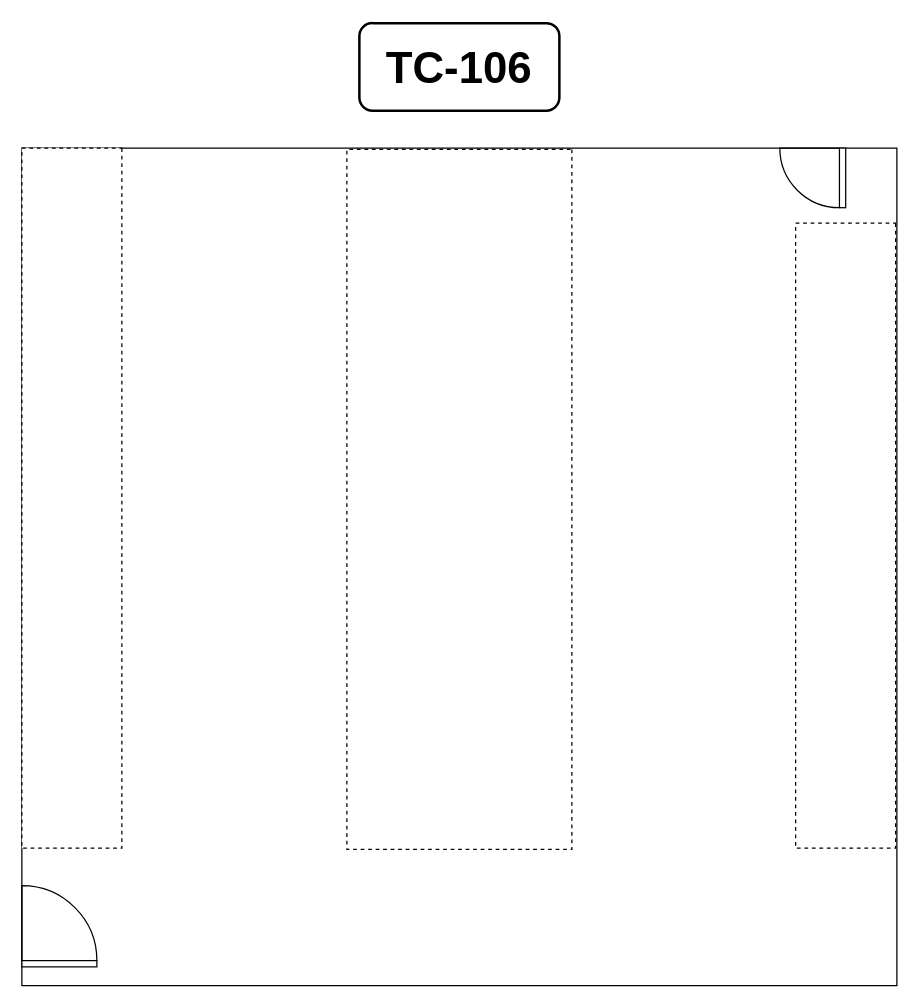
Before: TC-106.drawio in gI7DUmmY/diagrams, a draw.io diagram. Source tidied: cells renumbered, new cells numbered last; positions are measured from the earlier drawing's top-left corner, leaving out a move shared by most shapes. Both pictures are drawn from the tidied source at 125%, with x=0, y=0 at pixel (-279, 22).
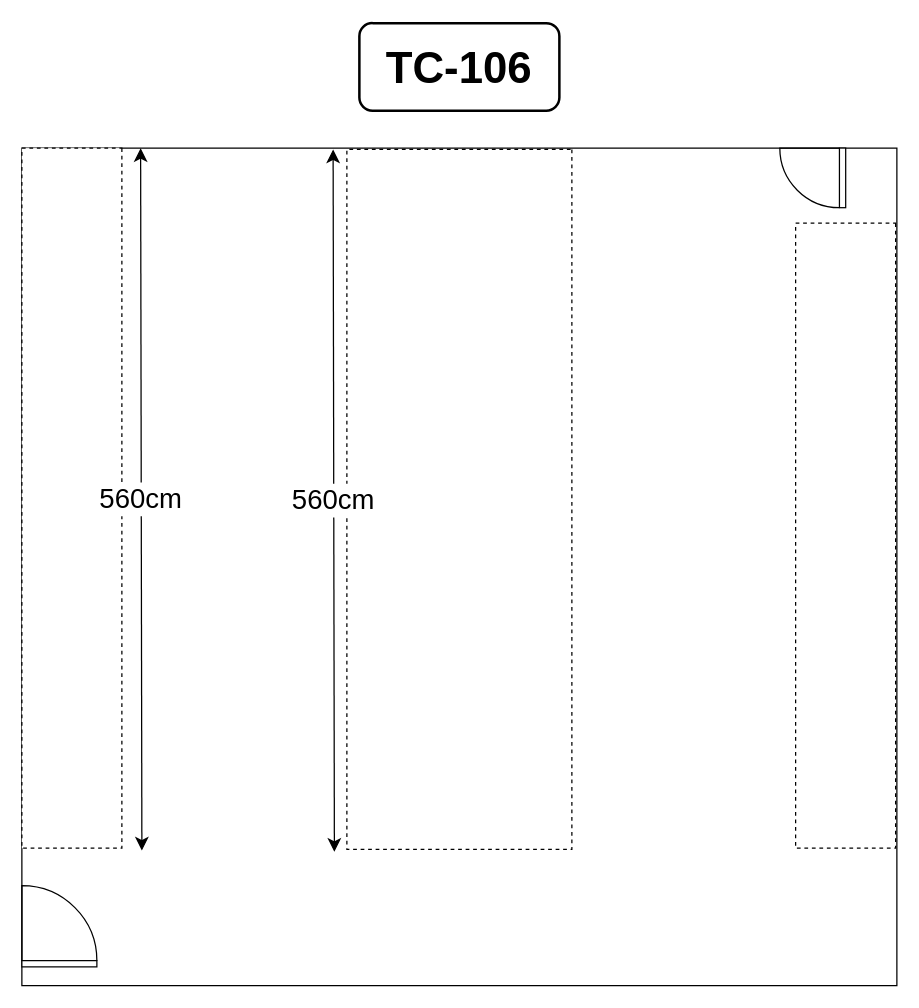
Above is the later version.

Commit message (it also covers changes not shown here):
Mettre à jour TC-106.drawio

Change to the diagram source:
```diff
@@
 <mxGraphModel>
   <root>
     <mxCell id="0" />
     <mxCell id="1" parent="0" />
     <mxCell id="2" value="TC-106" style="text;html=1;whiteSpace=wrap;strokeColor=default;fillColor=none;align=center;verticalAlign=middle;rounded=1;fontSize=35;fontStyle=1;glass=0;shadow=0;strokeWidth=2;perimeterSpacing=0;labelBorderColor=none;autosizeText=0;" parent="1" vertex="1">
       <mxGeometry x="510" width="160" height="70" as="geometry" />
     </mxCell>
     <mxCell id="3" style="rounded=0;whiteSpace=wrap;html=1;" parent="1" vertex="1">
       <mxGeometry x="240" y="100" width="700" height="670" as="geometry" />
     </mxCell>
     <mxCell id="4" style="verticalLabelPosition=bottom;html=1;verticalAlign=top;align=center;shape=mxgraph.floorplan.doorRight;rotation=-180;" parent="1" vertex="1">
       <mxGeometry x="240" y="691.2" width="60" height="63.8" as="geometry" />
     </mxCell>
     <mxCell id="5" value="&amp;nbsp; &amp;nbsp;&amp;nbsp;" style="verticalLabelPosition=bottom;html=1;verticalAlign=top;align=center;shape=mxgraph.floorplan.doorLeft;rotation=90;" parent="1" vertex="1">
       <mxGeometry x="848.4" y="97" width="47.7" height="53.6" as="geometry" />
     </mxCell>
     <mxCell id="6" style="rounded=0;whiteSpace=wrap;html=1;dashed=1;rotation=90;" parent="1" vertex="1">
       <mxGeometry x="649" y="370" width="500" height="80" as="geometry" />
     </mxCell>
     <mxCell id="7" style="rounded=0;whiteSpace=wrap;html=1;dashed=1;rotation=90;" parent="1" vertex="1">
       <mxGeometry x="310" y="291" width="560" height="180" as="geometry" />
     </mxCell>
     <mxCell id="8" style="rounded=0;whiteSpace=wrap;html=1;dashed=1;rotation=90;" parent="1" vertex="1">
       <mxGeometry y="340" width="560" height="80" as="geometry" />
     </mxCell>
+    <mxCell id="9" value="&lt;div&gt;&lt;font style=&quot;font-size: 22px;&quot;&gt;560cm&lt;/font&gt;&lt;/div&gt;" style="edgeStyle=none;orthogonalLoop=1;jettySize=auto;html=1;endArrow=classic;startArrow=classic;endSize=8;startSize=8;rounded=0;align=center;" parent="1" edge="1">
+      <mxGeometry relative="1" as="geometry">
+        <mxPoint x="335" y="100" as="sourcePoint" />
+        <mxPoint x="336" y="662" as="targetPoint" />
+      </mxGeometry>
+    </mxCell>
+    <mxCell id="10" value="&lt;div&gt;&lt;font style=&quot;font-size: 22px;&quot;&gt;560cm&lt;/font&gt;&lt;/div&gt;" style="edgeStyle=none;orthogonalLoop=1;jettySize=auto;html=1;endArrow=classic;startArrow=classic;endSize=8;startSize=8;rounded=0;align=center;" parent="1" edge="1">
+      <mxGeometry relative="1" as="geometry">
+        <mxPoint x="489" y="101" as="sourcePoint" />
+        <mxPoint x="490" y="663" as="targetPoint" />
+      </mxGeometry>
+    </mxCell>
   </root>
 </mxGraphModel>
```
